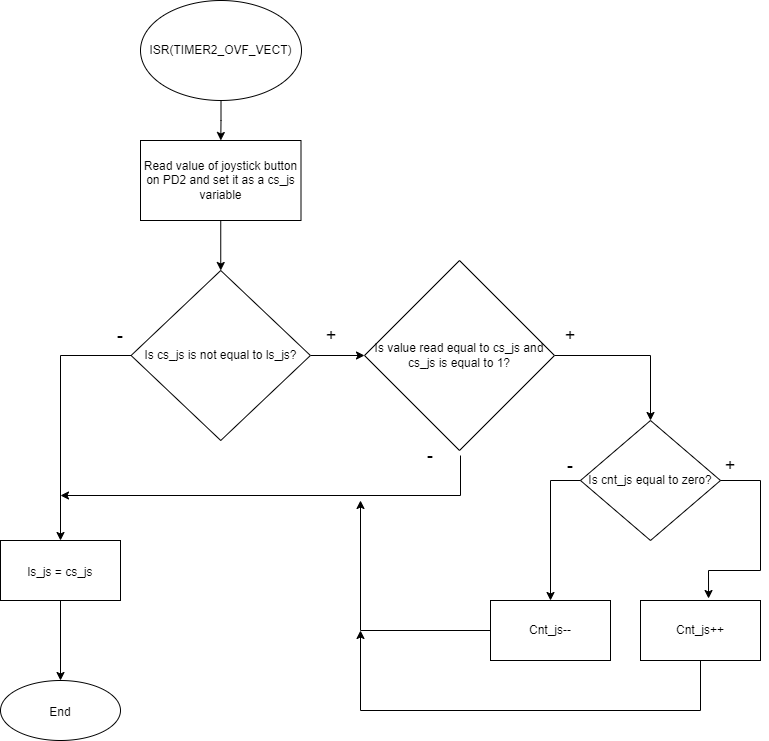
Earlier version of the draw.io export project1/Joystick_button.drawio.png (OndraFoltyn/digital-electronics-2). Source tidied: cells renumbered, new cells last; positions are measured from the earlier drawing's top-left corner, leaving out a move shared by most shapes. Its diagram source:
```xml
<mxGraphModel>
  <root>
    <mxCell id="0" />
    <mxCell id="1" parent="0" />
    <mxCell id="2" style="edgeStyle=orthogonalEdgeStyle;rounded=0;jettySize=auto;html=1;" parent="1" edge="1" source="3" target="5">
      <mxGeometry relative="1" as="geometry" />
    </mxCell>
    <mxCell id="3" value="ISR(TIMER2_OVF_VECT)" style="ellipse;whiteSpace=wrap;html=1;" parent="1" vertex="1">
      <mxGeometry x="140" width="161" height="100" as="geometry" />
    </mxCell>
    <mxCell id="4" style="edgeStyle=orthogonalEdgeStyle;rounded=0;jettySize=auto;html=1;exitX=0.5;exitY=1;exitDx=0;exitDy=0;entryX=0.5;entryY=0;entryDx=0;entryDy=0;" parent="1" edge="1" source="5" target="8">
      <mxGeometry relative="1" as="geometry" />
    </mxCell>
    <mxCell id="5" value="Read value of joystick button on PD2 and set it as a cs_js variable" style="whiteSpace=wrap;html=1;" parent="1" vertex="1">
      <mxGeometry x="140" y="140" width="160.5" height="80" as="geometry" />
    </mxCell>
    <mxCell id="6" style="edgeStyle=orthogonalEdgeStyle;rounded=0;jettySize=auto;html=1;entryX=0.5;entryY=0;entryDx=0;entryDy=0;" parent="1" edge="1" source="8" target="26">
      <mxGeometry relative="1" as="geometry" />
    </mxCell>
    <mxCell id="7" style="edgeStyle=orthogonalEdgeStyle;rounded=0;jettySize=auto;html=1;fontSize=18;" parent="1" edge="1" source="8" target="11">
      <mxGeometry relative="1" as="geometry" />
    </mxCell>
    <mxCell id="8" value="Is cs_js is not equal to ls_js?" style="rhombus;whiteSpace=wrap;html=1;" parent="1" vertex="1">
      <mxGeometry x="130.6" y="270" width="179.3" height="170" as="geometry" />
    </mxCell>
    <mxCell id="9" value="&lt;font style=&quot;font-size: 18px;&quot;&gt;-&lt;/font&gt;" style="text;html=1;strokeColor=none;fillColor=none;align=center;verticalAlign=middle;whiteSpace=wrap;rounded=0;" parent="1" vertex="1">
      <mxGeometry x="90" y="320" width="60" height="30" as="geometry" />
    </mxCell>
    <mxCell id="10" style="edgeStyle=orthogonalEdgeStyle;rounded=0;jettySize=auto;html=1;exitX=1;exitY=0.5;exitDx=0;exitDy=0;entryX=0.5;entryY=0;entryDx=0;entryDy=0;fontSize=18;" parent="1" edge="1" source="11" target="14">
      <mxGeometry relative="1" as="geometry" />
    </mxCell>
    <mxCell id="11" value="Is value read equal to cs_js and cs_js is equal to 1?" style="rhombus;whiteSpace=wrap;html=1;" parent="1" vertex="1">
      <mxGeometry x="364" y="260" width="190" height="190" as="geometry" />
    </mxCell>
    <mxCell id="12" value="&lt;span style=&quot;font-size: 18px;&quot;&gt;+&lt;/span&gt;" style="text;html=1;strokeColor=none;fillColor=none;align=center;verticalAlign=middle;whiteSpace=wrap;rounded=0;" parent="1" vertex="1">
      <mxGeometry x="300.5" y="320" width="60" height="30" as="geometry" />
    </mxCell>
    <mxCell id="13" value="&lt;font style=&quot;font-size: 18px;&quot;&gt;-&lt;/font&gt;" style="text;html=1;strokeColor=none;fillColor=none;align=center;verticalAlign=middle;whiteSpace=wrap;rounded=0;" parent="1" vertex="1">
      <mxGeometry x="400" y="440" width="60" height="30" as="geometry" />
    </mxCell>
    <mxCell id="14" value="Is cnt_js equal to zero?" style="rhombus;whiteSpace=wrap;html=1;" parent="1" vertex="1">
      <mxGeometry x="580" y="420" width="140" height="120" as="geometry" />
    </mxCell>
    <mxCell id="15" value="Cnt_js++" style="whiteSpace=wrap;html=1;" parent="1" vertex="1">
      <mxGeometry x="640" y="600" width="120" height="60" as="geometry" />
    </mxCell>
    <mxCell id="16" value="Cnt_js--" style="whiteSpace=wrap;html=1;" parent="1" vertex="1">
      <mxGeometry x="490" y="600" width="120" height="60" as="geometry" />
    </mxCell>
    <mxCell id="17" style="endArrow=classic;html=1;rounded=0;fontSize=18;exitX=0;exitY=0.5;exitDx=0;exitDy=0;entryX=0.5;entryY=0;entryDx=0;entryDy=0;" parent="1" edge="1" source="14" target="16">
      <mxGeometry relative="1" as="geometry">
        <Array as="points">
          <mxPoint x="550" y="480" />
        </Array>
      </mxGeometry>
    </mxCell>
    <mxCell id="18" style="endArrow=classic;html=1;rounded=0;fontSize=18;exitX=1;exitY=0.5;exitDx=0;exitDy=0;entryX=0.567;entryY=-0.033;entryDx=0;entryDy=0;entryPerimeter=0;" parent="1" edge="1" source="14" target="15">
      <mxGeometry relative="1" as="geometry">
        <Array as="points">
          <mxPoint x="760" y="480" />
          <mxPoint x="760" y="570" />
          <mxPoint x="708" y="570" />
        </Array>
      </mxGeometry>
    </mxCell>
    <mxCell id="19" value="&lt;font style=&quot;font-size: 18px;&quot;&gt;-&lt;/font&gt;" style="text;html=1;strokeColor=none;fillColor=none;align=center;verticalAlign=middle;whiteSpace=wrap;rounded=0;" parent="1" vertex="1">
      <mxGeometry x="540" y="450" width="60" height="30" as="geometry" />
    </mxCell>
    <mxCell id="20" value="&lt;span style=&quot;font-size: 18px;&quot;&gt;+&lt;/span&gt;" style="text;html=1;strokeColor=none;fillColor=none;align=center;verticalAlign=middle;whiteSpace=wrap;rounded=0;" parent="1" vertex="1">
      <mxGeometry x="540" y="320" width="60" height="30" as="geometry" />
    </mxCell>
    <mxCell id="21" value="&lt;span style=&quot;font-size: 18px;&quot;&gt;+&lt;/span&gt;" style="text;html=1;strokeColor=none;fillColor=none;align=center;verticalAlign=middle;whiteSpace=wrap;rounded=0;" parent="1" vertex="1">
      <mxGeometry x="700" y="450" width="60" height="30" as="geometry" />
    </mxCell>
    <mxCell id="22" style="endArrow=classic;html=1;rounded=0;fontSize=18;exitX=1;exitY=0.5;exitDx=0;exitDy=0;" parent="1" edge="1" source="13">
      <mxGeometry relative="1" as="geometry">
        <mxPoint x="60" y="495" as="targetPoint" />
        <Array as="points">
          <mxPoint x="460" y="495" />
        </Array>
      </mxGeometry>
    </mxCell>
    <mxCell id="23" style="endArrow=classic;html=1;rounded=0;fontSize=18;exitX=0;exitY=0.5;exitDx=0;exitDy=0;" parent="1" edge="1" source="16">
      <mxGeometry relative="1" as="geometry">
        <mxPoint x="360" y="500" as="targetPoint" />
        <Array as="points">
          <mxPoint x="360" y="630" />
        </Array>
      </mxGeometry>
    </mxCell>
    <mxCell id="24" style="endArrow=classic;html=1;rounded=0;fontSize=18;exitX=0.5;exitY=1;exitDx=0;exitDy=0;" parent="1" edge="1" source="15">
      <mxGeometry relative="1" as="geometry">
        <mxPoint x="360" y="630" as="targetPoint" />
        <Array as="points">
          <mxPoint x="700" y="710" />
          <mxPoint x="360" y="710" />
        </Array>
      </mxGeometry>
    </mxCell>
    <mxCell id="25" style="edgeStyle=orthogonalEdgeStyle;rounded=0;jettySize=auto;html=1;fontSize=18;" parent="1" edge="1" source="26" target="27">
      <mxGeometry relative="1" as="geometry" />
    </mxCell>
    <mxCell id="26" value="&lt;font style=&quot;font-size: 12px;&quot;&gt;ls_js = cs_js&lt;/font&gt;" style="rounded=0;whiteSpace=wrap;html=1;fontSize=18;" parent="1" vertex="1">
      <mxGeometry y="540" width="120" height="60" as="geometry" />
    </mxCell>
    <mxCell id="27" value="&lt;font style=&quot;font-size: 12px;&quot;&gt;End&lt;/font&gt;" style="ellipse;whiteSpace=wrap;html=1;fontSize=18;rounded=0;" parent="1" vertex="1">
      <mxGeometry y="680" width="120" height="60" as="geometry" />
    </mxCell>
  </root>
</mxGraphModel>
```
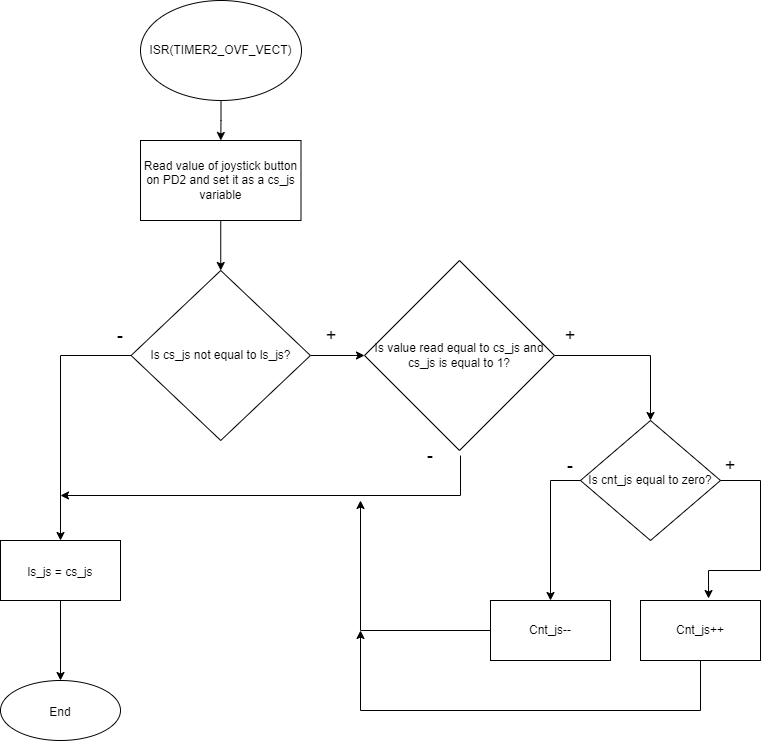
After the commit.

Diff of the diagram source:
```diff
@@ -20,7 +20,7 @@
     <mxCell id="7" style="edgeStyle=orthogonalEdgeStyle;rounded=0;jettySize=auto;html=1;fontSize=18;" parent="1" edge="1" source="8" target="11">
       <mxGeometry relative="1" as="geometry" />
     </mxCell>
-    <mxCell id="8" value="Is cs_js is not equal to ls_js?" style="rhombus;whiteSpace=wrap;html=1;" parent="1" vertex="1">
+    <mxCell id="8" value="Is cs_js not equal to ls_js?" style="rhombus;whiteSpace=wrap;html=1;" parent="1" vertex="1">
       <mxGeometry x="130.6" y="270" width="179.3" height="170" as="geometry" />
     </mxCell>
     <mxCell id="9" value="&lt;font style=&quot;font-size: 18px;&quot;&gt;-&lt;/font&gt;" style="text;html=1;strokeColor=none;fillColor=none;align=center;verticalAlign=middle;whiteSpace=wrap;rounded=0;" parent="1" vertex="1">
```
